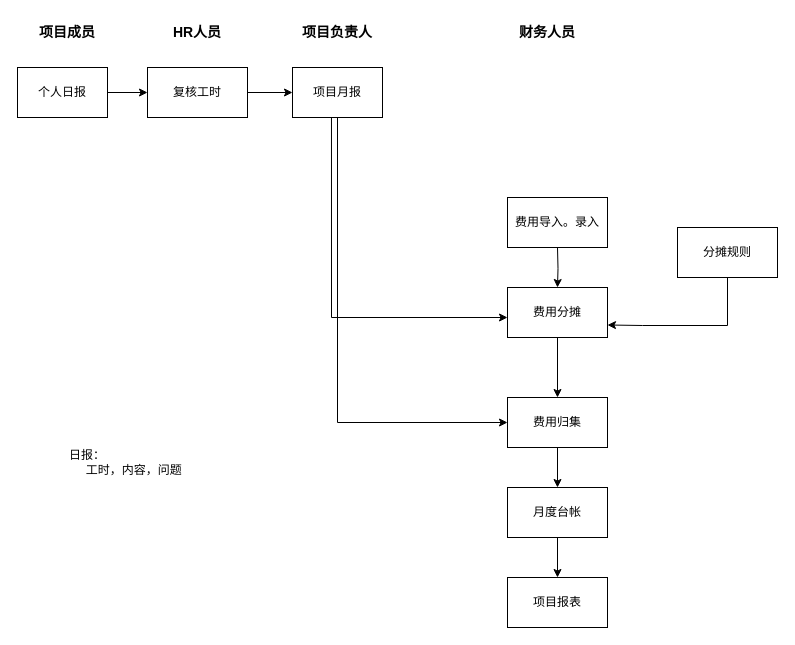
This is page "跟踪流程" (1 of 3) of shrine-doc/研发项目管理流程.drawio from easefulfil/CLOUDCARE, a draw.io file, before an edit. Source tidied: cells renumbered, new cells numbered last; positions are measured from the earlier drawing's top-left corner, leaving out a move shared by most shapes. Both pictures are drawn from the tidied source at 100%, with x=0, y=0 at pixel (17, 17).
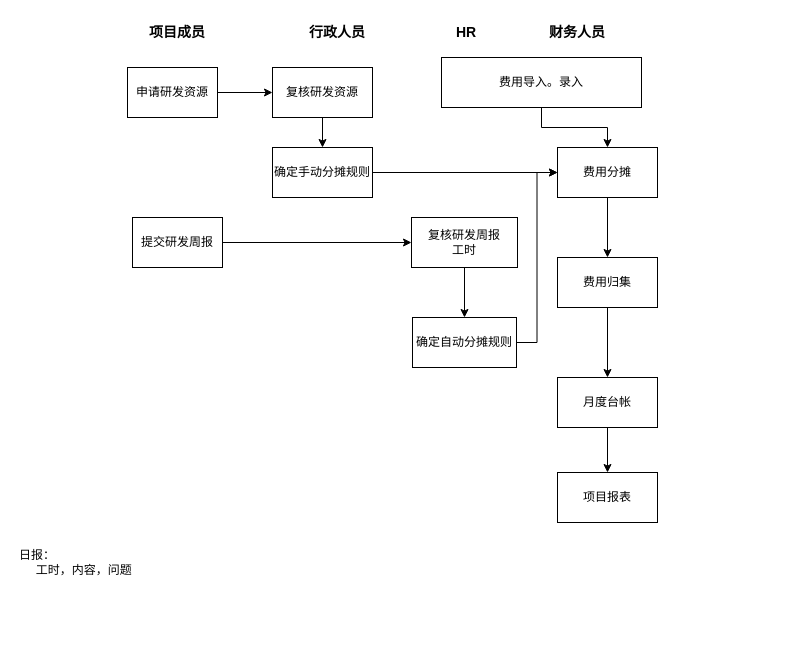
Above is the later version.

Commit message:
Update 研发项目管理流程.drawio

Diff of the diagram source:
```diff
@@
-    <mxCell id="2" style="edgeStyle=orthogonalEdgeStyle;rounded=0;jettySize=auto;html=1;entryX=0.5;entryY=0;entryDx=0;entryDy=0;" parent="1" edge="1" target="6">
-      <mxGeometry relative="1" as="geometry">
-        <mxPoint x="540" y="230" as="sourcePoint" />
-      </mxGeometry>
-    </mxCell>
+    <mxCell id="25" style="edgeStyle=orthogonalEdgeStyle;rounded=0;jettySize=auto;html=1;" parent="1" edge="1" source="3" target="6">
+      <mxGeometry relative="1" as="geometry" />
+    </mxCell>
     <mxCell id="3" value="费用导入。录入" style="rounded=0;whiteSpace=wrap;html=1;" parent="1" vertex="1">
-      <mxGeometry x="490" y="180" width="100" height="50" as="geometry" />
+      <mxGeometry x="424" y="40" width="200" height="50" as="geometry" />
     </mxCell>
-    <mxCell id="4" style="edgeStyle=orthogonalEdgeStyle;rounded=0;jettySize=auto;html=1;entryX=0;entryY=0.5;entryDx=0;entryDy=0;exitX=0.5;exitY=1;exitDx=0;exitDy=0;" parent="1" edge="1" source="22" target="8">
-      <mxGeometry relative="1" as="geometry">
-        <Array as="points">
-          <mxPoint x="320" y="405" />
-        </Array>
-      </mxGeometry>
-    </mxCell>
@@
     <mxCell id="6" value="费用分摊" style="rounded=0;whiteSpace=wrap;html=1;" parent="1" vertex="1">
-      <mxGeometry x="490" y="270" width="100" height="50" as="geometry" />
+      <mxGeometry x="540" y="130" width="100" height="50" as="geometry" />
     </mxCell>
@@
     <mxCell id="8" value="费用归集" style="rounded=0;whiteSpace=wrap;html=1;" parent="1" vertex="1">
-      <mxGeometry x="490" y="380" width="100" height="50" as="geometry" />
+      <mxGeometry x="540" y="240" width="100" height="50" as="geometry" />
     </mxCell>
@@
     <mxCell id="10" value="月度台帐" style="rounded=0;whiteSpace=wrap;html=1;" parent="1" vertex="1">
-      <mxGeometry x="490" y="470" width="100" height="50" as="geometry" />
+      <mxGeometry x="540" y="360" width="100" height="50" as="geometry" />
     </mxCell>
-    <mxCell id="11" value="项目负责人" style="text;html=1;strokeColor=none;fillColor=none;align=center;verticalAlign=middle;whiteSpace=wrap;rounded=0;fontStyle=1;fontSize=14;" parent="1" vertex="1">
-      <mxGeometry x="280" width="80" height="30" as="geometry" />
-    </mxCell>
     <mxCell id="12" value="财务人员" style="text;html=1;strokeColor=none;fillColor=none;align=center;verticalAlign=middle;whiteSpace=wrap;rounded=0;fontStyle=1;fontSize=14;" parent="1" vertex="1">
-      <mxGeometry x="490" width="80" height="30" as="geometry" />
+      <mxGeometry x="520" width="80" height="30" as="geometry" />
     </mxCell>
     <mxCell id="13" value="项目成员" style="text;html=1;strokeColor=none;fillColor=none;align=center;verticalAlign=middle;whiteSpace=wrap;rounded=0;fontStyle=1;fontSize=14;" parent="1" vertex="1">
-      <mxGeometry x="10" width="80" height="30" as="geometry" />
+      <mxGeometry x="120" width="80" height="30" as="geometry" />
     </mxCell>
-    <mxCell id="14" value="HR人员" style="text;html=1;strokeColor=none;fillColor=none;align=center;verticalAlign=middle;whiteSpace=wrap;rounded=0;fontStyle=1;fontSize=14;" parent="1" vertex="1">
-      <mxGeometry x="135" width="90" height="30" as="geometry" />
+    <mxCell id="14" value="行政人员" style="text;html=1;strokeColor=none;fillColor=none;align=center;verticalAlign=middle;whiteSpace=wrap;rounded=0;fontStyle=1;fontSize=14;" parent="1" vertex="1">
+      <mxGeometry x="275" width="90" height="30" as="geometry" />
     </mxCell>
-    <mxCell id="15" style="edgeStyle=orthogonalEdgeStyle;rounded=0;jettySize=auto;html=1;entryX=0;entryY=0.6;entryDx=0;entryDy=0;entryPerimeter=0;exitX=0.433;exitY=1;exitDx=0;exitDy=0;exitPerimeter=0;" parent="1" edge="1" source="22" target="6">
-      <mxGeometry relative="1" as="geometry">
-        <Array as="points">
-          <mxPoint x="314" y="300" />
-        </Array>
-      </mxGeometry>
-    </mxCell>
     <mxCell id="16" value="项目报表" style="rounded=0;whiteSpace=wrap;html=1;" parent="1" vertex="1">
-      <mxGeometry x="490" y="560" width="100" height="50" as="geometry" />
+      <mxGeometry x="540" y="455" width="100" height="50" as="geometry" />
     </mxCell>
-    <mxCell id="17" style="edgeStyle=orthogonalEdgeStyle;rounded=0;jettySize=auto;html=1;entryX=0;entryY=0.5;entryDx=0;entryDy=0;" parent="1" edge="1" source="18" target="22">
-      <mxGeometry relative="1" as="geometry" />
-    </mxCell>
+    <mxCell id="26" style="edgeStyle=orthogonalEdgeStyle;rounded=0;jettySize=auto;html=1;" parent="1" edge="1" source="18" target="24">
+      <mxGeometry relative="1" as="geometry" />
+    </mxCell>
-    <mxCell id="18" value="复核工时" style="rounded=0;whiteSpace=wrap;html=1;" parent="1" vertex="1">
-      <mxGeometry x="130" y="50" width="100" height="50" as="geometry" />
+    <mxCell id="18" value="复核研发周报&lt;br&gt;工时" style="rounded=0;whiteSpace=wrap;html=1;" parent="1" vertex="1">
+      <mxGeometry x="394" y="200" width="106" height="50" as="geometry" />
     </mxCell>
@@
-    <mxCell id="20" value="个人日报" style="rounded=0;whiteSpace=wrap;html=1;" parent="1" vertex="1">
-      <mxGeometry y="50" width="90" height="50" as="geometry" />
+    <mxCell id="20" value="提交研发周报" style="rounded=0;whiteSpace=wrap;html=1;" parent="1" vertex="1">
+      <mxGeometry x="115" y="200" width="90" height="50" as="geometry" />
     </mxCell>
     <mxCell id="21" value="日报：&amp;nbsp;&lt;br&gt;&amp;nbsp; &amp;nbsp; &amp;nbsp;工时，内容，问题" style="text;html=1;strokeColor=none;fillColor=none;align=left;verticalAlign=middle;whiteSpace=wrap;rounded=0;" parent="1" vertex="1">
-      <mxGeometry x="50" y="390" width="200" height="110" as="geometry" />
+      <mxGeometry y="490" width="200" height="110" as="geometry" />
     </mxCell>
-    <mxCell id="22" value="项目月报" style="rounded=0;whiteSpace=wrap;html=1;" parent="1" vertex="1">
-      <mxGeometry x="275" y="50" width="90" height="50" as="geometry" />
-    </mxCell>
-    <mxCell id="23" style="edgeStyle=orthogonalEdgeStyle;rounded=0;jettySize=auto;html=1;entryX=1;entryY=0.75;entryDx=0;entryDy=0;" parent="1" edge="1" source="24" target="6">
-      <mxGeometry relative="1" as="geometry">
-        <Array as="points">
-          <mxPoint x="710" y="308" />
-          <mxPoint x="625" y="308" />
-        </Array>
-      </mxGeometry>
+    <mxCell id="23" style="edgeStyle=orthogonalEdgeStyle;rounded=0;jettySize=auto;html=1;entryX=0;entryY=0.5;entryDx=0;entryDy=0;" parent="1" edge="1" source="24" target="6">
+      <mxGeometry relative="1" as="geometry" />
     </mxCell>
-    <mxCell id="24" value="分摊规则" style="rounded=0;whiteSpace=wrap;html=1;" parent="1" vertex="1">
-      <mxGeometry x="660" y="210" width="100" height="50" as="geometry" />
+    <mxCell id="24" value="确定自动分摊规则" style="rounded=0;whiteSpace=wrap;html=1;" parent="1" vertex="1">
+      <mxGeometry x="395" y="300" width="104" height="50" as="geometry" />
     </mxCell>
+    <mxCell id="27" style="edgeStyle=orthogonalEdgeStyle;rounded=0;jettySize=auto;html=1;entryX=0;entryY=0.5;entryDx=0;entryDy=0;" parent="1" edge="1" source="28" target="30">
+      <mxGeometry relative="1" as="geometry" />
+    </mxCell>
+    <mxCell id="28" value="申请研发资源" style="rounded=0;whiteSpace=wrap;html=1;" parent="1" vertex="1">
+      <mxGeometry x="110" y="50" width="90" height="50" as="geometry" />
+    </mxCell>
+    <mxCell id="29" style="edgeStyle=orthogonalEdgeStyle;rounded=0;jettySize=auto;html=1;" parent="1" edge="1" source="30" target="33">
+      <mxGeometry relative="1" as="geometry" />
+    </mxCell>
+    <mxCell id="30" value="复核研发资源" style="rounded=0;whiteSpace=wrap;html=1;" parent="1" vertex="1">
+      <mxGeometry x="255" y="50" width="100" height="50" as="geometry" />
+    </mxCell>
+    <mxCell id="31" value="HR" style="text;html=1;strokeColor=none;fillColor=none;align=center;verticalAlign=middle;whiteSpace=wrap;rounded=0;fontStyle=1;fontSize=14;" parent="1" vertex="1">
+      <mxGeometry x="404" width="90" height="30" as="geometry" />
+    </mxCell>
+    <mxCell id="32" style="edgeStyle=orthogonalEdgeStyle;rounded=0;jettySize=auto;html=1;entryX=0;entryY=0.5;entryDx=0;entryDy=0;" parent="1" edge="1" source="33" target="6">
+      <mxGeometry relative="1" as="geometry" />
+    </mxCell>
+    <mxCell id="33" value="确定手动分摊规则" style="rounded=0;whiteSpace=wrap;html=1;" parent="1" vertex="1">
+      <mxGeometry x="255" y="130" width="100" height="50" as="geometry" />
+    </mxCell>
```
